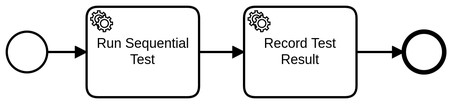
zeebe-io/zeebe-cluster-testbench keeps this BPMN diagram as docs/assets/sequential-test.png. Above is the earlier version. Its source is kept beside it as workflows/sequential-test.bpmn. Ids are renumbered.
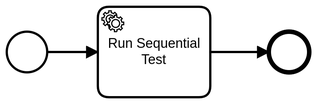
After the commit.

Commit message:
chore(workflows): record results after all tests

Change to the diagram source:
```diff
@@ -10,45 +10,30 @@
       <bpmn:incoming>Flow_n2</bpmn:incoming>
       <bpmn:outgoing>Flow_n4</bpmn:outgoing>
     </bpmn:serviceTask>
-    <bpmn:serviceTask id="Activity_n5" name="Record Test Result">
-      <bpmn:extensionElements>
-        <zeebe:taskDefinition type="record-test-result-job" />
-      </bpmn:extensionElements>
-      <bpmn:incoming>Flow_n4</bpmn:incoming>
-      <bpmn:outgoing>Flow_n6</bpmn:outgoing>
-    </bpmn:serviceTask>
-    <bpmn:sequenceFlow id="Flow_n4" sourceRef="Activity_n3" targetRef="Activity_n5" />
+    <bpmn:sequenceFlow id="Flow_n4" sourceRef="Activity_n3" targetRef="Event_n7" />
     <bpmn:sequenceFlow id="Flow_n2" sourceRef="StartEvent_1" targetRef="Activity_n3" />
     <bpmn:endEvent id="Event_n7">
-      <bpmn:incoming>Flow_n6</bpmn:incoming>
+      <bpmn:incoming>Flow_n4</bpmn:incoming>
     </bpmn:endEvent>
-    <bpmn:sequenceFlow id="Flow_n6" sourceRef="Activity_n5" targetRef="Event_n7" />
   </bpmn:process>
   <bpmndi:BPMNDiagram id="BPMNDiagram_1">
     <bpmndi:BPMNPlane id="BPMNPlane_1" bpmnElement="sequential-test">
-      <bpmndi:BPMNEdge id="Flow_n4_di" bpmnElement="Flow_n4">
-        <di:waypoint x="350" y="117" />
-        <di:waypoint x="390" y="117" />
-      </bpmndi:BPMNEdge>
       <bpmndi:BPMNEdge id="Flow_n2_di" bpmnElement="Flow_n2">
         <di:waypoint x="215" y="117" />
-        <di:waypoint x="250" y="117" />
+        <di:waypoint x="260" y="117" />
       </bpmndi:BPMNEdge>
-      <bpmndi:BPMNEdge id="Flow_n6_di" bpmnElement="Flow_n6">
-        <di:waypoint x="490" y="117" />
-        <di:waypoint x="532" y="117" />
+      <bpmndi:BPMNEdge id="Flow_n4_di" bpmnElement="Flow_n4">
+        <di:waypoint x="360" y="117" />
+        <di:waypoint x="412" y="117" />
       </bpmndi:BPMNEdge>
       <bpmndi:BPMNShape id="_BPMNShape_StartEvent_2" bpmnElement="StartEvent_1">
         <dc:Bounds x="179" y="99" width="36" height="36" />
       </bpmndi:BPMNShape>
-      <bpmndi:BPMNShape id="Activity_n5_di" bpmnElement="Activity_n5">
-        <dc:Bounds x="390" y="77" width="100" height="80" />
+      <bpmndi:BPMNShape id="Activity_n3_di" bpmnElement="Activity_n3">
+        <dc:Bounds x="260" y="77" width="100" height="80" />
       </bpmndi:BPMNShape>
       <bpmndi:BPMNShape id="Event_n7_di" bpmnElement="Event_n7">
-        <dc:Bounds x="532" y="99" width="36" height="36" />
-      </bpmndi:BPMNShape>
-      <bpmndi:BPMNShape id="Activity_n3_di" bpmnElement="Activity_n3">
-        <dc:Bounds x="250" y="77" width="100" height="80" />
+        <dc:Bounds x="412" y="99" width="36" height="36" />
       </bpmndi:BPMNShape>
     </bpmndi:BPMNPlane>
   </bpmndi:BPMNDiagram>
```
